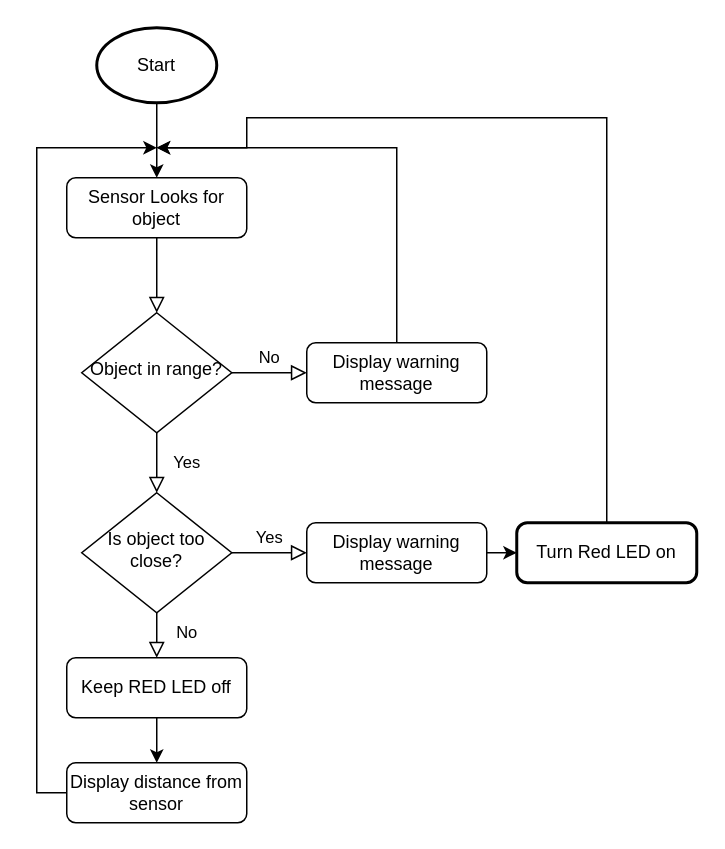
Before: Untitled Diagram.drawio in Squing0/Calculator, a draw.io diagram. Source tidied: cells renumbered, new cells numbered last; positions are measured from the earlier drawing's top-left corner, leaving out a move shared by most shapes. Both pictures are drawn from the tidied source at 150%, with x=0, y=0 at pixel (36, 27).
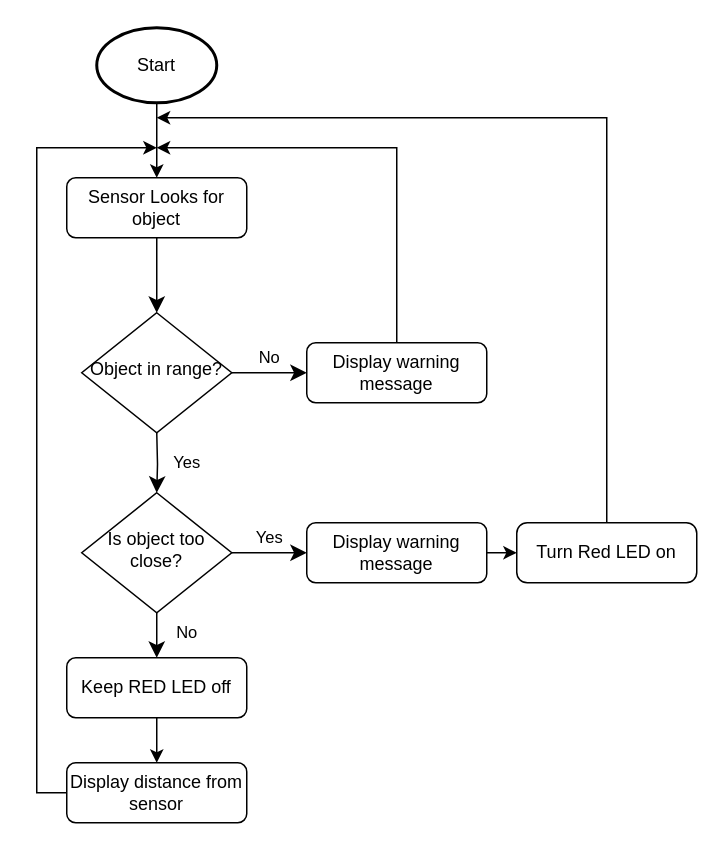
After the change.

The change refers to these unchanged cells:
```xml
<mxCell id="3" value="Sensor Looks for object" style="rounded=1;whiteSpace=wrap;html=1;fontSize=12;glass=0;strokeWidth=1;shadow=0;" parent="1" vertex="1">
  <mxGeometry x="20" y="100" width="120" height="40" as="geometry" />
</mxCell>
<mxCell id="6" value="Object in range?" style="rhombus;whiteSpace=wrap;html=1;shadow=0;fontFamily=Helvetica;fontSize=12;align=center;strokeWidth=1;spacing=6;spacingTop=-4;" parent="1" vertex="1">
  <mxGeometry x="30" y="190" width="100" height="80" as="geometry" />
</mxCell>
<mxCell id="8" value="Display warning message" style="rounded=1;whiteSpace=wrap;html=1;fontSize=12;glass=0;strokeWidth=1;shadow=0;" parent="1" vertex="1">
  <mxGeometry x="180" y="210" width="120" height="40" as="geometry" />
</mxCell>
<mxCell id="11" value="Is object too close?" style="rhombus;whiteSpace=wrap;html=1;shadow=0;fontFamily=Helvetica;fontSize=12;align=center;strokeWidth=1;spacing=6;spacingTop=-4;" parent="1" vertex="1">
  <mxGeometry x="30" y="310" width="100" height="80" as="geometry" />
</mxCell>
<mxCell id="13" value="Keep RED LED off" style="rounded=1;whiteSpace=wrap;html=1;fontSize=12;glass=0;strokeWidth=1;shadow=0;" parent="1" vertex="1">
  <mxGeometry x="20" y="420" width="120" height="40" as="geometry" />
</mxCell>
<mxCell id="15" value="Display warning message" style="rounded=1;whiteSpace=wrap;html=1;fontSize=12;glass=0;strokeWidth=1;shadow=0;" parent="1" vertex="1">
  <mxGeometry x="180" y="330" width="120" height="40" as="geometry" />
</mxCell>
```

Diff of the diagram source:
```diff
@@
-    <mxCell id="2" style="rounded=0;html=1;jettySize=auto;fontSize=11;endArrow=block;endFill=0;endSize=8;strokeWidth=1;shadow=0;labelBackgroundColor=none;edgeStyle=orthogonalEdgeStyle;" parent="1" edge="1" source="3" target="6">
+    <mxCell id="2" style="rounded=0;html=1;jettySize=auto;fontSize=11;endArrow=classic;endFill=1;endSize=8;strokeWidth=1;shadow=0;labelBackgroundColor=none;edgeStyle=orthogonalEdgeStyle;" parent="1" edge="1" source="3" target="6">
       <mxGeometry relative="1" as="geometry" />
     </mxCell>
@@
-    <mxCell id="4" value="Yes" style="rounded=0;html=1;jettySize=auto;fontSize=11;endArrow=block;endFill=0;endSize=8;strokeWidth=1;shadow=0;labelBackgroundColor=none;edgeStyle=orthogonalEdgeStyle;" parent="1" edge="1" source="6" target="11">
-      <mxGeometry y="20" relative="1" as="geometry" />
+    <mxCell id="4" value="Yes" style="rounded=0;html=1;jettySize=auto;fontSize=11;endArrow=classic;endFill=1;endSize=8;strokeWidth=1;shadow=0;labelBackgroundColor=none;edgeStyle=orthogonalEdgeStyle;" parent="1" edge="1" target="11">
+      <mxGeometry y="20" relative="1" as="geometry">
+        <mxPoint x="80" y="270" as="sourcePoint" />
+      </mxGeometry>
     </mxCell>
-    <mxCell id="5" value="No" style="edgeStyle=orthogonalEdgeStyle;rounded=0;html=1;jettySize=auto;fontSize=11;endArrow=block;endFill=0;endSize=8;strokeWidth=1;shadow=0;labelBackgroundColor=none;" parent="1" edge="1" source="6" target="8">
+    <mxCell id="5" value="No" style="edgeStyle=orthogonalEdgeStyle;rounded=0;html=1;jettySize=auto;fontSize=11;endArrow=classic;endFill=1;endSize=8;strokeWidth=1;shadow=0;labelBackgroundColor=none;" parent="1" edge="1" source="6" target="8">
       <mxGeometry y="10" relative="1" as="geometry" />
     </mxCell>
@@
-    <mxCell id="9" value="No" style="rounded=0;html=1;jettySize=auto;fontSize=11;endArrow=block;endFill=0;endSize=8;strokeWidth=1;shadow=0;labelBackgroundColor=none;edgeStyle=orthogonalEdgeStyle;" parent="1" edge="1" source="11" target="13">
+    <mxCell id="9" value="No" style="rounded=0;html=1;jettySize=auto;fontSize=11;endArrow=classic;endFill=1;endSize=8;strokeWidth=1;shadow=0;labelBackgroundColor=none;edgeStyle=orthogonalEdgeStyle;" parent="1" edge="1" source="11" target="13">
       <mxGeometry x="0.33" y="20" relative="1" as="geometry" />
     </mxCell>
-    <mxCell id="10" value="Yes" style="edgeStyle=orthogonalEdgeStyle;rounded=0;html=1;jettySize=auto;fontSize=11;endArrow=block;endFill=0;endSize=8;strokeWidth=1;shadow=0;labelBackgroundColor=none;" parent="1" edge="1" source="11" target="15">
+    <mxCell id="10" value="Yes" style="edgeStyle=orthogonalEdgeStyle;rounded=0;html=1;jettySize=auto;fontSize=11;endArrow=classic;endFill=1;endSize=8;strokeWidth=1;shadow=0;labelBackgroundColor=none;" parent="1" edge="1" source="11" target="15">
       <mxGeometry y="10" relative="1" as="geometry" />
     </mxCell>
@@
     <mxCell id="18" style="edgeStyle=orthogonalEdgeStyle;rounded=0;jettySize=auto;html=1;exitX=0.5;exitY=0;exitDx=0;exitDy=0;" parent="1" edge="1" source="19">
       <mxGeometry relative="1" as="geometry">
-        <mxPoint x="80" y="80" as="targetPoint" />
+        <mxPoint x="80" y="60" as="targetPoint" />
         <Array as="points">
           <mxPoint x="380" y="60" />
-          <mxPoint x="140" y="60" />
-          <mxPoint x="140" y="80" />
         </Array>
       </mxGeometry>
     </mxCell>
-    <mxCell id="19" value="Turn Red LED on" style="rounded=1;whiteSpace=wrap;html=1;absoluteArcSize=1;arcSize=14;strokeWidth=2;" parent="1" vertex="1">
+    <mxCell id="19" value="Turn Red LED on" style="rounded=1;whiteSpace=wrap;html=1;absoluteArcSize=1;arcSize=14;strokeWidth=1;fillColor=default;strokeColor=default;" parent="1" vertex="1">
       <mxGeometry x="320" y="330" width="120" height="40" as="geometry" />
     </mxCell>
```
